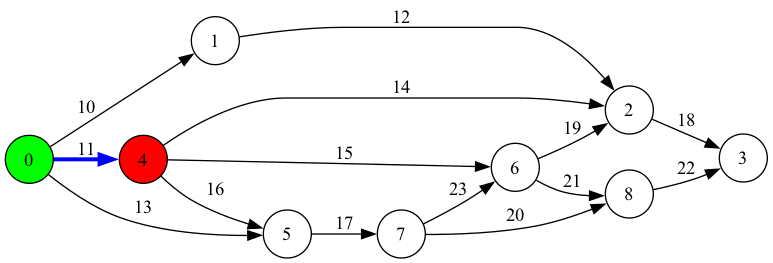
The Graphviz diagram lab1/bfs.png in ilyxa-banchichi/iu7-expert-system-design, before a commit. Its source is kept beside it as lab1/bfs.dot. Its diagram source:
```dot
digraph G {
    rankdir=LR;
    node [shape=circle];
    0 [style=filled, fillcolor=green];
    1;
    2;
    3;
    4 [style=filled, fillcolor=red];
    5;
    6;
    0 -> 1 [label="10"];
    0 -> 4 [label="11", color=blue, penwidth=3.0];
    0 -> 5 [label="13"];
    1 -> 2 [label="12"];
    4 -> 2 [label="14"];
    4 -> 6 [label="15"];
    4 -> 5 [label="16"];
    5 -> 7 [label="17"];
    2 -> 3 [label="18"];
    7 -> 6 [label="23"];
    7 -> 8 [label="20"];
    6 -> 2 [label="19"];
    6 -> 8 [label="21"];
    8 -> 3 [label="22"];
}
```
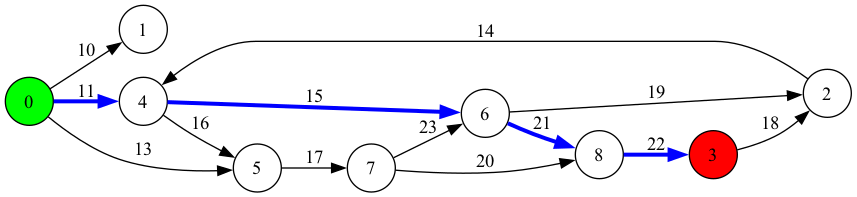
Above is the later version.

Diff of the diagram source:
```diff
@@ -4,22 +4,23 @@
     0 [style=filled, fillcolor=green];
     1;
     2;
-    3;
-    4 [style=filled, fillcolor=red];
+    3 [style=filled, fillcolor=red];
+    4;
     5;
     6;
+    7;
+    8;
     0 -> 1 [label="10"];
     0 -> 4 [label="11", color=blue, penwidth=3.0];
     0 -> 5 [label="13"];
-    1 -> 2 [label="12"];
-    4 -> 2 [label="14"];
-    4 -> 6 [label="15"];
+    2 -> 4 [label="14"];
+    4 -> 6 [label="15", color=blue, penwidth=3.0];
     4 -> 5 [label="16"];
     5 -> 7 [label="17"];
-    2 -> 3 [label="18"];
+    3 -> 2 [label="18"];
     7 -> 6 [label="23"];
     7 -> 8 [label="20"];
     6 -> 2 [label="19"];
-    6 -> 8 [label="21"];
-    8 -> 3 [label="22"];
+    6 -> 8 [label="21", color=blue, penwidth=3.0];
+    8 -> 3 [label="22", color=blue, penwidth=3.0];
 }
```
